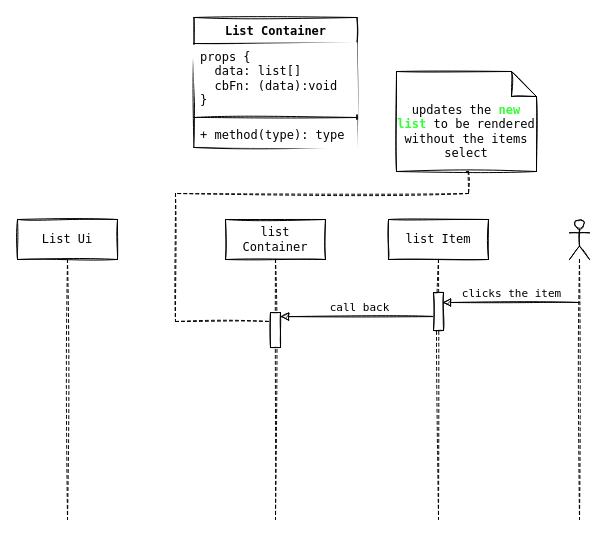
The draw.io diagram page "Page-1" (1 of 2) of concept.drawio in DenisJulio/contact-list-react, before the edit. Source tidied: cells renumbered, new cells numbered last; positions are measured from the earlier drawing's top-left corner, leaving out a move shared by most shapes. Both pictures are drawn from the tidied source at 100%, with x=0, y=0 at pixel (17, 17).
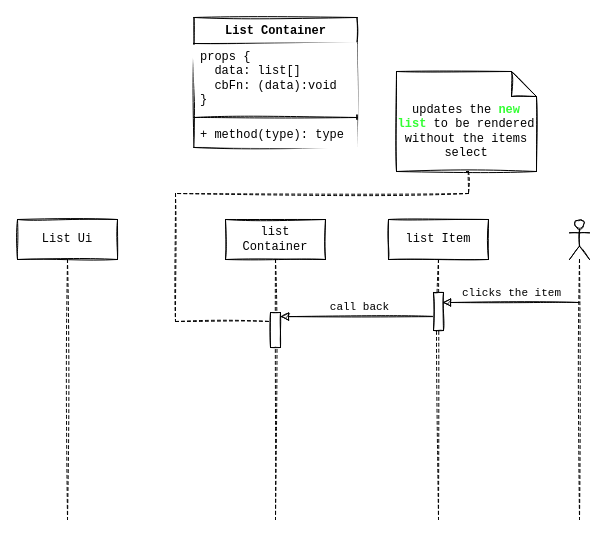
Above is the later version.

Commit message (it also covers changes not shown here):
implements functionality for adding new items to the list

What changed in the source:
```diff
@@
-    <mxCell id="2" value="call back" style="html=1;verticalAlign=bottom;endArrow=block;rounded=0;entryX=1;entryY=0.088;entryDx=0;entryDy=0;entryPerimeter=0;sketch=1;fontFamily=Lucida Console;" parent="1" edge="1">
+    <mxCell id="2" value="call back" style="html=1;verticalAlign=bottom;endArrow=block;rounded=0;entryX=1;entryY=0.088;entryDx=0;entryDy=0;entryPerimeter=0;sketch=1;fontFamily=Courier New;" parent="1" edge="1">
       <mxGeometry relative="1" as="geometry">
         <mxPoint x="420.5" y="299.1" as="sourcePoint" />
         <mxPoint x="263" y="299.1" as="targetPoint" />
       </mxGeometry>
     </mxCell>
-    <mxCell id="3" value="list Container" style="shape=umlLifeline;perimeter=lifelinePerimeter;whiteSpace=wrap;html=1;sketch=1;fontFamily=Lucida Console;" parent="1" vertex="1">
+    <mxCell id="3" value="list Container" style="shape=umlLifeline;perimeter=lifelinePerimeter;whiteSpace=wrap;html=1;sketch=1;fontFamily=Courier New;" parent="1" vertex="1">
       <mxGeometry x="208" y="202" width="100" height="300" as="geometry" />
     </mxCell>
-    <mxCell id="4" style="html=1;points=[];perimeter=orthogonalPerimeter;sketch=1;fontFamily=Lucida Console;" parent="3" vertex="1">
+    <mxCell id="4" style="html=1;points=[];perimeter=orthogonalPerimeter;sketch=1;fontFamily=Courier New;" parent="3" vertex="1">
       <mxGeometry x="45" y="93" width="10" height="35" as="geometry" />
     </mxCell>
-    <mxCell id="5" value="list Item" style="shape=umlLifeline;perimeter=lifelinePerimeter;whiteSpace=wrap;html=1;sketch=1;fontFamily=Lucida Console;" parent="1" vertex="1">
+    <mxCell id="5" value="list Item" style="shape=umlLifeline;perimeter=lifelinePerimeter;whiteSpace=wrap;html=1;sketch=1;fontFamily=Courier New;" parent="1" vertex="1">
       <mxGeometry x="371" y="202" width="100" height="300" as="geometry" />
     </mxCell>
-    <mxCell id="6" style="html=1;perimeter=orthogonalPerimeter;sketch=1;fontFamily=Lucida Console;" parent="5" vertex="1">
+    <mxCell id="6" style="html=1;perimeter=orthogonalPerimeter;sketch=1;fontFamily=Courier New;" parent="5" vertex="1">
       <mxGeometry x="45" y="73" width="10" height="38" as="geometry" />
     </mxCell>
-    <mxCell id="7" style="shape=umlLifeline;participant=umlActor;perimeter=lifelinePerimeter;whiteSpace=wrap;html=1;verticalAlign=top;spacingTop=36;sketch=1;fontFamily=Lucida Console;" parent="1" vertex="1">
+    <mxCell id="7" style="shape=umlLifeline;participant=umlActor;perimeter=lifelinePerimeter;whiteSpace=wrap;html=1;verticalAlign=top;spacingTop=36;sketch=1;fontFamily=Courier New;" parent="1" vertex="1">
       <mxGeometry x="552" y="202" width="20" height="300" as="geometry" />
     </mxCell>
-    <mxCell id="8" value="clicks the item" style="html=1;verticalAlign=bottom;endArrow=block;rounded=0;entryX=0.9;entryY=0.238;entryDx=0;entryDy=0;entryPerimeter=0;sketch=1;fontFamily=Lucida Console;" parent="1" edge="1">
+    <mxCell id="8" value="clicks the item" style="html=1;verticalAlign=bottom;endArrow=block;rounded=0;entryX=0.9;entryY=0.238;entryDx=0;entryDy=0;entryPerimeter=0;sketch=1;fontFamily=Courier New;" parent="1" edge="1">
       <mxGeometry relative="1" as="geometry">
         <mxPoint x="561.5" y="285" as="sourcePoint" />
         <mxPoint x="425" y="285" as="targetPoint" />
       </mxGeometry>
     </mxCell>
-    <mxCell id="9" style="edgeStyle=orthogonalEdgeStyle;rounded=0;jettySize=auto;html=1;exitX=0.5;exitY=1;exitDx=0;exitDy=0;exitPerimeter=0;entryX=-0.1;entryY=0.257;entryDx=0;entryDy=0;entryPerimeter=0;sketch=1;endArrow=none;endFill=0;dashed=1;fontFamily=Lucida Console;" parent="1" edge="1" source="10" target="4">
+    <mxCell id="9" style="edgeStyle=orthogonalEdgeStyle;rounded=0;jettySize=auto;html=1;exitX=0.5;exitY=1;exitDx=0;exitDy=0;exitPerimeter=0;entryX=-0.1;entryY=0.257;entryDx=0;entryDy=0;entryPerimeter=0;sketch=1;endArrow=none;endFill=0;dashed=1;fontFamily=Courier New;" parent="1" edge="1" source="10" target="4">
       <mxGeometry relative="1" as="geometry">
         <Array as="points">
           <mxPoint x="451" y="154" />
           <mxPoint x="451" y="176" />
           <mxPoint x="158" y="176" />
           <mxPoint x="158" y="304" />
         </Array>
       </mxGeometry>
     </mxCell>
-    <mxCell id="10" value="updates the &lt;font color=&quot;#33ff33&quot;&gt;&lt;b&gt;new list &lt;/b&gt;&lt;/font&gt;to be rendered without the items select" style="shape=note2;boundedLbl=1;whiteSpace=wrap;html=1;size=25;verticalAlign=top;align=center;sketch=1;fontFamily=Lucida Console;" parent="1" vertex="1">
+    <mxCell id="10" value="updates the &lt;font color=&quot;#33ff33&quot;&gt;&lt;b&gt;new list &lt;/b&gt;&lt;/font&gt;to be rendered without the items select" style="shape=note2;boundedLbl=1;whiteSpace=wrap;html=1;size=25;verticalAlign=top;align=center;sketch=1;fontFamily=Courier New;" parent="1" vertex="1">
       <mxGeometry x="379" y="54" width="140" height="100" as="geometry" />
     </mxCell>
-    <mxCell id="11" value="List Container" style="swimlane;fontStyle=1;align=center;verticalAlign=top;horizontal=1;startSize=26;labelBorderColor=none;sketch=1;fontFamily=Lucida Console;fontSize=12;fontColor=default;strokeColor=default;fillColor=default;html=1;" parent="1" vertex="1">
+    <mxCell id="11" value="List Container" style="swimlane;fontStyle=1;align=center;verticalAlign=top;horizontal=1;startSize=26;labelBorderColor=none;sketch=1;fontFamily=Courier New;fontSize=12;fontColor=default;strokeColor=default;fillColor=default;html=1;" parent="1" vertex="1">
       <mxGeometry x="176.5" width="163" height="130" as="geometry" />
     </mxCell>
-    <mxCell id="12" value="&lt;font&gt;props {&lt;br&gt;&amp;nbsp; data: list[]&lt;br&gt;&amp;nbsp; cbFn: (data):void&lt;br&gt;}&lt;br&gt;&lt;/font&gt;" style="text;strokeColor=none;fillColor=default;align=left;verticalAlign=top;spacingLeft=4;spacingRight=4;overflow=hidden;labelBorderColor=none;sketch=1;fontFamily=Lucida Console;fontSize=12;fontColor=default;html=1;whiteSpace=wrap;" parent="11" vertex="1">
+    <mxCell id="12" value="&lt;font&gt;props {&lt;br&gt;&amp;nbsp; data: list[]&lt;br&gt;&amp;nbsp; cbFn: (data):void&lt;br&gt;}&lt;br&gt;&lt;/font&gt;" style="text;strokeColor=none;fillColor=default;align=left;verticalAlign=top;spacingLeft=4;spacingRight=4;overflow=hidden;labelBorderColor=none;sketch=1;fontFamily=Courier New;fontSize=12;fontColor=default;html=1;whiteSpace=wrap;" parent="11" vertex="1">
       <mxGeometry y="26" width="163" height="70" as="geometry" />
     </mxCell>
-    <mxCell id="13" style="line;strokeWidth=1;fillColor=default;align=left;verticalAlign=middle;spacingTop=-1;spacingLeft=3;spacingRight=3;labelPosition=right;labelBorderColor=none;sketch=1;fontFamily=Lucida Console;fontSize=12;fontColor=default;html=1;" parent="11" vertex="1">
+    <mxCell id="13" style="line;strokeWidth=1;fillColor=default;align=left;verticalAlign=middle;spacingTop=-1;spacingLeft=3;spacingRight=3;labelPosition=right;labelBorderColor=none;sketch=1;fontFamily=Courier New;fontSize=12;fontColor=default;html=1;" parent="11" vertex="1">
       <mxGeometry y="96" width="163" height="8" as="geometry" />
     </mxCell>
-    <mxCell id="14" value="+ method(type): type" style="text;strokeColor=none;fillColor=default;align=left;verticalAlign=top;spacingLeft=4;spacingRight=4;overflow=hidden;labelBorderColor=none;sketch=1;fontFamily=Lucida Console;fontSize=12;fontColor=default;html=1;" parent="11" vertex="1">
+    <mxCell id="14" value="+ method(type): type" style="text;strokeColor=none;fillColor=default;align=left;verticalAlign=top;spacingLeft=4;spacingRight=4;overflow=hidden;labelBorderColor=none;sketch=1;fontFamily=Courier New;fontSize=12;fontColor=default;html=1;" parent="11" vertex="1">
       <mxGeometry y="104" width="163" height="26" as="geometry" />
     </mxCell>
-    <mxCell id="15" value="List Ui" style="shape=umlLifeline;perimeter=lifelinePerimeter;whiteSpace=wrap;html=1;labelBorderColor=none;sketch=1;fontFamily=Lucida Console;fontSize=12;fontColor=default;strokeColor=default;fillColor=default;" parent="1" vertex="1">
+    <mxCell id="15" value="List Ui" style="shape=umlLifeline;perimeter=lifelinePerimeter;whiteSpace=wrap;html=1;labelBorderColor=none;sketch=1;fontFamily=Courier New;fontSize=12;fontColor=default;strokeColor=default;fillColor=default;" parent="1" vertex="1">
       <mxGeometry y="202" width="100" height="300" as="geometry" />
     </mxCell>
```
